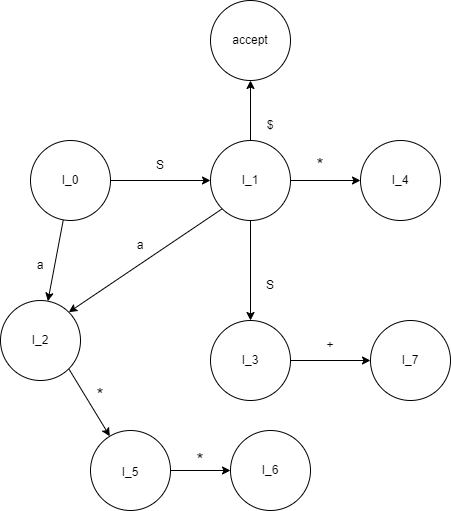
geotle77/UCAS-Compiler_Priciples keeps this draw.io diagram as pics/homework7_1.png. Above is the earlier version. Source tidied: cells renumbered, new cells last; positions are measured from the earlier drawing's top-left corner, leaving out a move shared by most shapes.
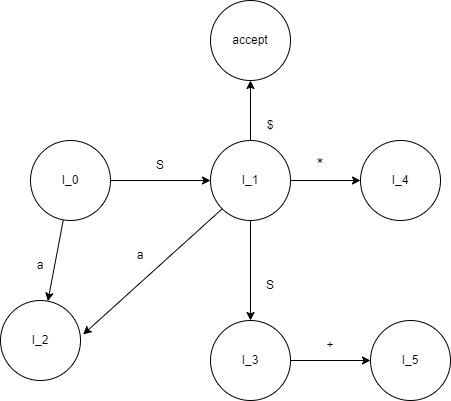
Later version of the same file.

What changed in the source:
```diff
@@ -17,21 +17,18 @@
     <mxCell id="6" style="edgeStyle=none;html=1;" parent="1" edge="1" source="9" target="17">
       <mxGeometry relative="1" as="geometry" />
     </mxCell>
+    <mxCell id="8" style="edgeStyle=none;html=1;exitX=0.5;exitY=0;exitDx=0;exitDy=0;" parent="1" edge="1" source="9" target="27">
+      <mxGeometry relative="1" as="geometry" />
+    </mxCell>
-    <mxCell id="7" style="edgeStyle=none;html=1;exitX=0;exitY=1;exitDx=0;exitDy=0;entryX=1;entryY=0;entryDx=0;entryDy=0;fontSize=18;" parent="1" edge="1" source="9" target="12">
+    <mxCell id="7" style="edgeStyle=none;html=1;exitX=0;exitY=1;exitDx=0;exitDy=0;entryX=1.033;entryY=0.425;entryDx=0;entryDy=0;entryPerimeter=0;" parent="1" edge="1" source="9" target="12">
       <mxGeometry relative="1" as="geometry" />
     </mxCell>
-    <mxCell id="8" style="edgeStyle=none;html=1;exitX=0.5;exitY=0;exitDx=0;exitDy=0;" parent="1" edge="1" source="9" target="27">
-      <mxGeometry relative="1" as="geometry" />
-    </mxCell>
     <mxCell id="9" value="I_1" style="ellipse;whiteSpace=wrap;html=1;" parent="1" vertex="1">
       <mxGeometry x="210" y="140" width="80" height="80" as="geometry" />
     </mxCell>
     <mxCell id="10" value="S" style="text;html=1;strokeColor=none;fillColor=none;align=center;verticalAlign=middle;whiteSpace=wrap;rounded=0;" parent="1" vertex="1">
       <mxGeometry x="130" y="150" width="60" height="30" as="geometry" />
     </mxCell>
-    <mxCell id="11" style="edgeStyle=none;html=1;exitX=1;exitY=1;exitDx=0;exitDy=0;fontSize=18;" parent="1" edge="1" source="12" target="21">
-      <mxGeometry relative="1" as="geometry" />
-    </mxCell>
     <mxCell id="12" value="I_2" style="ellipse;whiteSpace=wrap;html=1;" parent="1" vertex="1">
       <mxGeometry y="300" width="80" height="80" as="geometry" />
     </mxCell>
@@ -53,25 +50,7 @@
     <mxCell id="18" value="&lt;font style=&quot;font-size: 18px;&quot;&gt;*&lt;/font&gt;" style="text;html=1;strokeColor=none;fillColor=none;align=center;verticalAlign=middle;whiteSpace=wrap;rounded=0;" parent="1" vertex="1">
       <mxGeometry x="290" y="150" width="60" height="30" as="geometry" />
     </mxCell>
-    <mxCell id="19" value="a" style="text;html=1;strokeColor=none;fillColor=none;align=center;verticalAlign=middle;whiteSpace=wrap;rounded=0;" parent="1" vertex="1">
-      <mxGeometry x="110" y="230" width="60" height="30" as="geometry" />
-    </mxCell>
-    <mxCell id="20" style="edgeStyle=none;html=1;fontSize=12;" parent="1" edge="1" source="21" target="23">
-      <mxGeometry relative="1" as="geometry" />
-    </mxCell>
-    <mxCell id="21" value="&lt;font style=&quot;font-size: 12px;&quot;&gt;I_5&lt;/font&gt;" style="ellipse;whiteSpace=wrap;html=1;fontSize=18;" parent="1" vertex="1">
-      <mxGeometry x="90" y="430" width="80" height="80" as="geometry" />
-    </mxCell>
-    <mxCell id="22" value="&lt;font style=&quot;font-size: 18px;&quot;&gt;*&lt;/font&gt;" style="text;html=1;strokeColor=none;fillColor=none;align=center;verticalAlign=middle;whiteSpace=wrap;rounded=0;" parent="1" vertex="1">
-      <mxGeometry x="70" y="380" width="60" height="30" as="geometry" />
-    </mxCell>
-    <mxCell id="23" value="I_6" style="ellipse;whiteSpace=wrap;html=1;fontSize=12;" parent="1" vertex="1">
-      <mxGeometry x="230" y="430" width="80" height="80" as="geometry" />
-    </mxCell>
-    <mxCell id="24" value="&lt;font style=&quot;font-size: 18px;&quot;&gt;*&lt;/font&gt;" style="text;html=1;strokeColor=none;fillColor=none;align=center;verticalAlign=middle;whiteSpace=wrap;rounded=0;" parent="1" vertex="1">
-      <mxGeometry x="170" y="445" width="60" height="30" as="geometry" />
-    </mxCell>
-    <mxCell id="25" value="I_7" style="ellipse;whiteSpace=wrap;html=1;fontSize=12;" parent="1" vertex="1">
+    <mxCell id="25" value="I_5" style="ellipse;whiteSpace=wrap;html=1;fontSize=12;" parent="1" vertex="1">
       <mxGeometry x="370" y="320" width="80" height="80" as="geometry" />
     </mxCell>
     <mxCell id="26" value="+" style="text;html=1;strokeColor=none;fillColor=none;align=center;verticalAlign=middle;whiteSpace=wrap;rounded=0;fontSize=12;" parent="1" vertex="1">
@@ -83,5 +62,8 @@
     <mxCell id="28" value="$" style="text;html=1;strokeColor=none;fillColor=none;align=center;verticalAlign=middle;whiteSpace=wrap;rounded=0;" parent="1" vertex="1">
       <mxGeometry x="240" y="110" width="60" height="30" as="geometry" />
     </mxCell>
+    <mxCell id="19" value="a" style="text;html=1;strokeColor=none;fillColor=none;align=center;verticalAlign=middle;whiteSpace=wrap;rounded=0;" parent="1" vertex="1">
+      <mxGeometry x="110" y="240" width="60" height="30" as="geometry" />
+    </mxCell>
   </root>
 </mxGraphModel>
```
